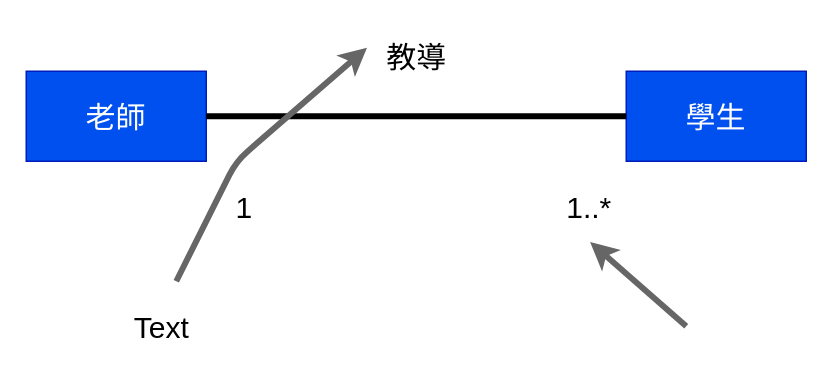
The draw.io diagram answer2.drawio in jeffwei0/112-2HW2, before the edit. Source tidied: cells renumbered, new cells numbered last; positions are measured from the earlier drawing's top-left corner, leaving out a move shared by most shapes. Both pictures are drawn from the tidied source at 150%, with x=0, y=0 at pixel (26, 26).
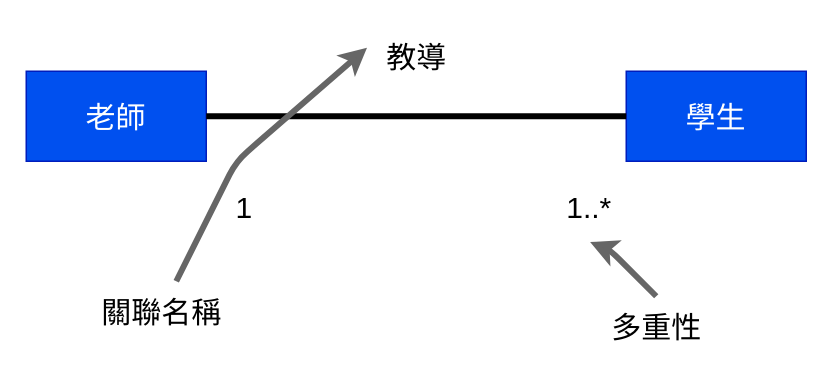
After the change.

Change to the diagram source:
```diff
@@
 <mxGraphModel>
   <root>
     <mxCell id="0" />
     <mxCell id="1" parent="0" />
     <mxCell id="2" style="html=1;entryX=0;entryY=0.5;entryDx=0;entryDy=0;fontSize=20;strokeColor=none;strokeWidth=4;" parent="1" edge="1" source="3" target="4">
       <mxGeometry relative="1" as="geometry" />
     </mxCell>
     <mxCell id="3" value="&lt;font style=&quot;font-size: 20px;&quot;&gt;老師&lt;/font&gt;" style="rounded=0;whiteSpace=wrap;html=1;fillColor=#0050ef;fontColor=#ffffff;strokeColor=#001DBC;" parent="1" vertex="1">
       <mxGeometry y="30" width="120" height="60" as="geometry" />
     </mxCell>
     <mxCell id="4" value="&lt;span style=&quot;font-size: 20px;&quot;&gt;學生&lt;/span&gt;" style="rounded=0;whiteSpace=wrap;html=1;fillColor=#0050ef;fontColor=#ffffff;strokeColor=#001DBC;" parent="1" vertex="1">
       <mxGeometry x="400" y="30" width="120" height="60" as="geometry" />
     </mxCell>
     <mxCell id="5" style="endArrow=none;html=1;strokeColor=#000000;strokeWidth=4;fontSize=20;exitX=1;exitY=0.5;exitDx=0;exitDy=0;entryX=0;entryY=0.5;entryDx=0;entryDy=0;" parent="1" edge="1" source="3" target="4">
       <mxGeometry relative="1" as="geometry" />
     </mxCell>
     <mxCell id="6" style="edgeStyle=none;html=1;entryX=-0.047;entryY=0.357;entryDx=0;entryDy=0;entryPerimeter=0;strokeColor=#666666;strokeWidth=4;fontSize=20;fillColor=#f5f5f5;" parent="1" edge="1" target="10">
       <mxGeometry relative="1" as="geometry">
         <mxPoint x="100" y="170" as="sourcePoint" />
         <Array as="points">
           <mxPoint x="140" y="90" />
         </Array>
       </mxGeometry>
     </mxCell>
     <mxCell id="7" value="1" style="text;html=1;align=center;verticalAlign=middle;strokeColor=none;fillColor=none;fontSize=20;" parent="1" vertex="1">
       <mxGeometry x="130" y="100" width="30" height="40" as="geometry" />
     </mxCell>
     <mxCell id="8" style="edgeStyle=none;html=1;strokeColor=#666666;strokeWidth=4;fontSize=20;entryX=0.518;entryY=1.096;entryDx=0;entryDy=0;entryPerimeter=0;fillColor=#f5f5f5;" parent="1" edge="1" target="9">
       <mxGeometry relative="1" as="geometry">
-        <mxPoint x="440" y="200" as="sourcePoint" />
+        <mxPoint x="420" y="180" as="sourcePoint" />
+        <Array as="points">
+          <mxPoint x="390" y="150" />
+        </Array>
       </mxGeometry>
     </mxCell>
     <mxCell id="9" value="1..*" style="text;html=1;align=center;verticalAlign=middle;points=[];strokeColor=none;fillColor=none;fontSize=20;" parent="1" vertex="1">
       <mxGeometry x="350" y="100" width="50" height="40" as="geometry" />
     </mxCell>
     <mxCell id="10" value="教導" style="text;html=1;align=center;verticalAlign=middle;points=[];strokeColor=none;fillColor=none;fontSize=20;" parent="1" vertex="1">
       <mxGeometry x="230" width="60" height="40" as="geometry" />
     </mxCell>
-    <mxCell id="11" value="Text" style="text;html=1;align=center;verticalAlign=middle;strokeColor=none;fillColor=none;fontSize=20;" parent="1" vertex="1">
-      <mxGeometry x="60" y="180" width="60" height="40" as="geometry" />
+    <mxCell id="11" value="關聯名稱" style="text;html=1;align=center;verticalAlign=middle;strokeColor=none;fillColor=none;fontSize=20;" parent="1" vertex="1">
+      <mxGeometry x="40" y="170" width="100" height="40" as="geometry" />
     </mxCell>
+    <mxCell id="12" value="多重性" style="text;html=1;align=center;verticalAlign=middle;strokeColor=none;fillColor=none;fontSize=20;" parent="1" vertex="1">
+      <mxGeometry x="380" y="180" width="80" height="40" as="geometry" />
+    </mxCell>
   </root>
 </mxGraphModel>
```
